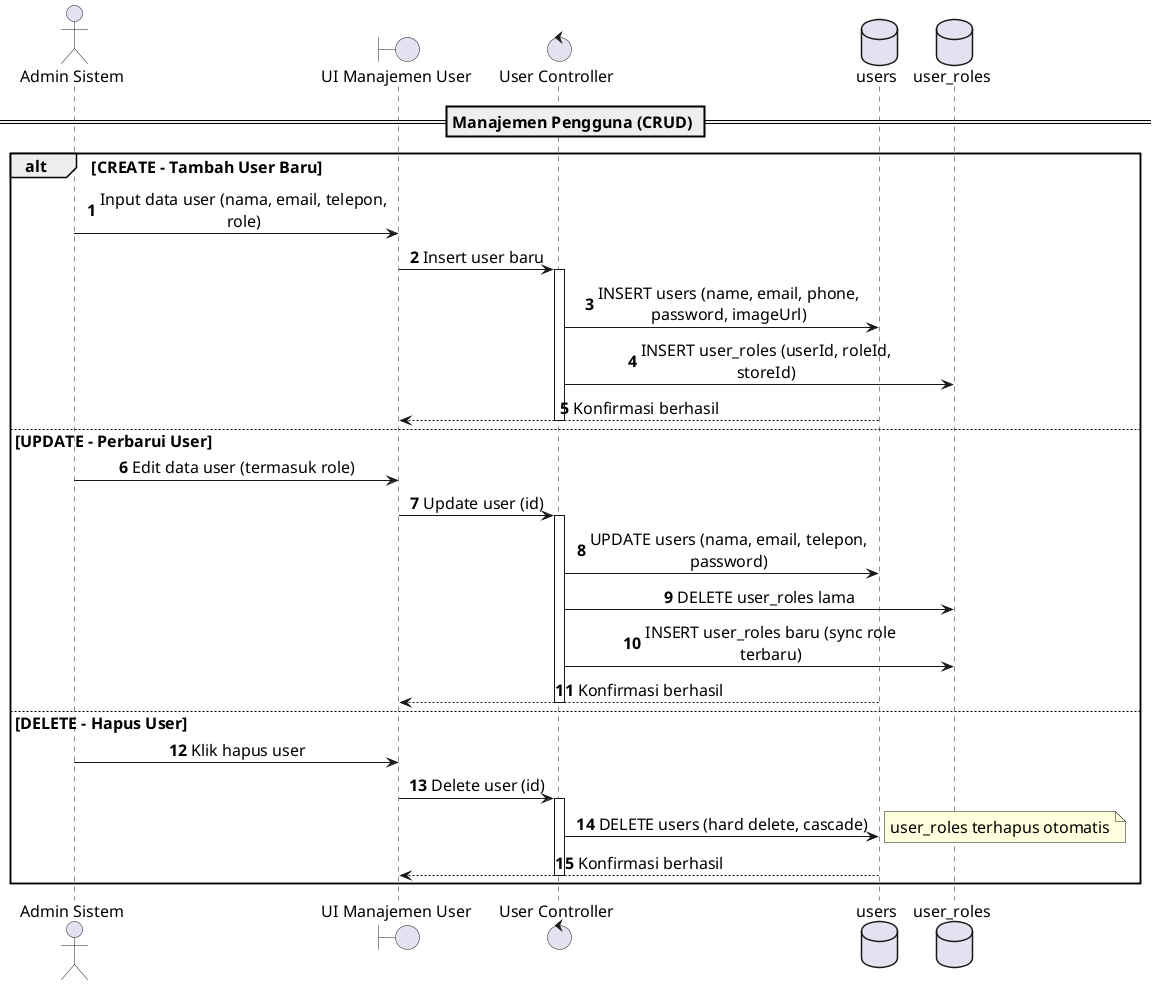
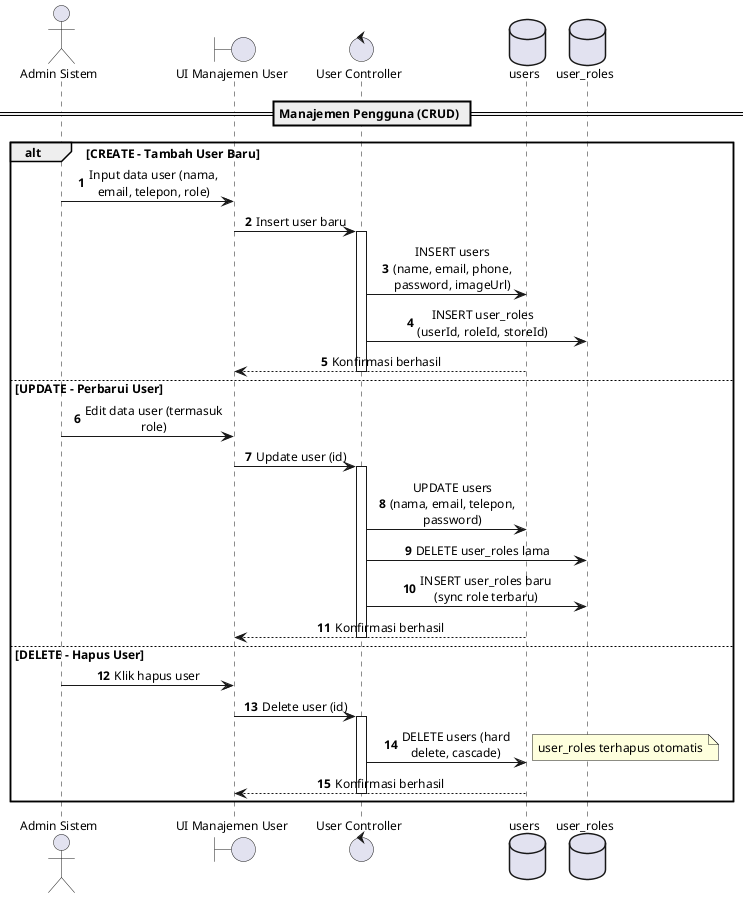
- @startuml
+ @startuml User_CRUD_Sequence
autonumber

skinparam BoxPadding 5
skinparam ParticipantPadding 8
- skinparam defaultFontSize 16
- skinparam maxMessageSize 300
+ skinparam defaultFontSize 12
+ skinparam maxMessageSize 140
skinparam sequenceMessageAlign center

actor "Admin Sistem" as Admin
boundary "UI Manajemen User" as UI
control "User Controller" as Ctrl
database "users" as u
database "user_roles" as r

== Manajemen Pengguna (CRUD) ==

alt CREATE - Tambah User Baru
    Admin -> UI : Input data user (nama, email, telepon, role)
    UI -> Ctrl : Insert user baru
    activate Ctrl
-     Ctrl -> u : INSERT users (name, email, phone, password, imageUrl)
-     Ctrl -> r : INSERT user_roles (userId, roleId, storeId)
+     Ctrl -> u : INSERT users\n(name, email, phone,\npassword, imageUrl)
+     Ctrl -> r : INSERT user_roles\n(userId, roleId, storeId)
    u --> UI : Konfirmasi berhasil
    deactivate Ctrl

else UPDATE - Perbarui User
    Admin -> UI : Edit data user (termasuk role)
    UI -> Ctrl : Update user (id)
    activate Ctrl
-     Ctrl -> u : UPDATE users (nama, email, telepon, password)
+     Ctrl -> u : UPDATE users\n(nama, email, telepon,\npassword)
    Ctrl -> r : DELETE user_roles lama
-     Ctrl -> r : INSERT user_roles baru (sync role terbaru)
+     Ctrl -> r : INSERT user_roles baru\n(sync role terbaru)
    u --> UI : Konfirmasi berhasil
    deactivate Ctrl

else DELETE - Hapus User
    Admin -> UI : Klik hapus user
    UI -> Ctrl : Delete user (id)
    activate Ctrl
    Ctrl -> u : DELETE users (hard delete, cascade)
    note right: user_roles terhapus otomatis
    u --> UI : Konfirmasi berhasil
    deactivate Ctrl
end

@enduml
